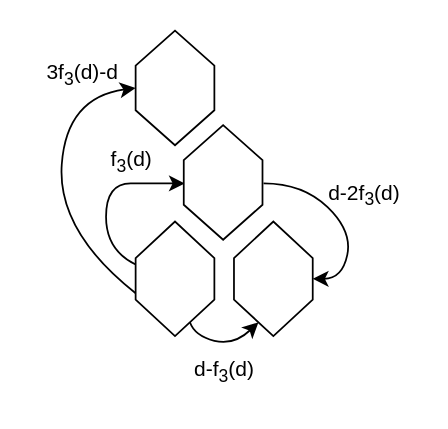
Before: page "BosanquetWilson" (4 of 6) of layouts/isomorphic_layouts.drawio in carlhenrikrolf/microtonOS, a draw.io diagram. Source tidied: cells renumbered, new cells numbered last; positions are measured from the earlier drawing's top-left corner, leaving out a move shared by most shapes. Both pictures are drawn from the tidied source at 175%, with x=0, y=0 at pixel (30, 30).
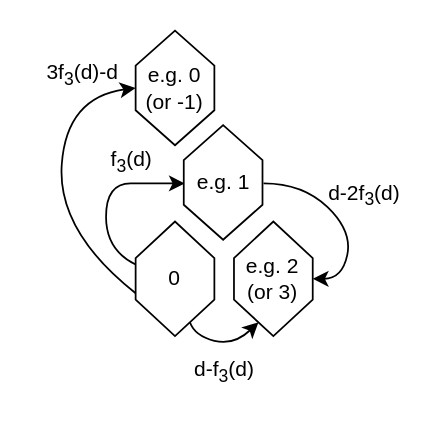
Above is the later version.

Unchanged cells that the change refers to:
```xml
<mxCell id="2" style="group;" parent="1" vertex="1">
  <mxGeometry x="15" width="190" height="180" as="geometry" />
</mxCell>
```

Change to the diagram source:
```diff
@@
-    <mxCell id="3" style="shape=hexagon;perimeter=hexagonPerimeter2;whiteSpace=wrap;html=1;fixedSize=1;direction=south;size=20.909090909090963;" parent="2" vertex="1">
+    <mxCell id="3" value="0" style="shape=hexagon;perimeter=hexagonPerimeter2;whiteSpace=wrap;html=1;fixedSize=1;direction=south;size=20.909090909090963;" parent="2" vertex="1">
       <mxGeometry x="45" y="109.1" width="45" height="65.5" as="geometry" />
     </mxCell>
-    <mxCell id="4" style="shape=hexagon;perimeter=hexagonPerimeter2;whiteSpace=wrap;html=1;fixedSize=1;direction=south;size=20.90909090909099;" parent="2" vertex="1">
+    <mxCell id="4" value="&lt;div&gt;e.g. 2&lt;/div&gt;&lt;div&gt;(or 3)&lt;br&gt;&lt;/div&gt;" style="shape=hexagon;perimeter=hexagonPerimeter2;whiteSpace=wrap;html=1;fixedSize=1;direction=south;size=20.90909090909099;" parent="2" vertex="1">
       <mxGeometry x="101.2" y="109.1" width="45" height="65.5" as="geometry" />
     </mxCell>
-    <mxCell id="5" style="shape=hexagon;perimeter=hexagonPerimeter2;whiteSpace=wrap;html=1;fixedSize=1;direction=south;size=20;" parent="2" vertex="1">
+    <mxCell id="5" value="&lt;div&gt;e.g. 0&lt;/div&gt;(or -1)" style="shape=hexagon;perimeter=hexagonPerimeter2;whiteSpace=wrap;html=1;fixedSize=1;direction=south;size=20;" parent="2" vertex="1">
       <mxGeometry x="45" width="45" height="65.5" as="geometry" />
     </mxCell>
@@
-    <mxCell id="10" style="shape=hexagon;perimeter=hexagonPerimeter2;whiteSpace=wrap;html=1;fixedSize=1;direction=south;size=20;" parent="2" vertex="1">
+    <mxCell id="10" value="e.g. 1" style="shape=hexagon;perimeter=hexagonPerimeter2;whiteSpace=wrap;html=1;fixedSize=1;direction=south;size=20;" parent="2" vertex="1">
       <mxGeometry x="72.5" y="54" width="45" height="65.5" as="geometry" />
     </mxCell>
```
